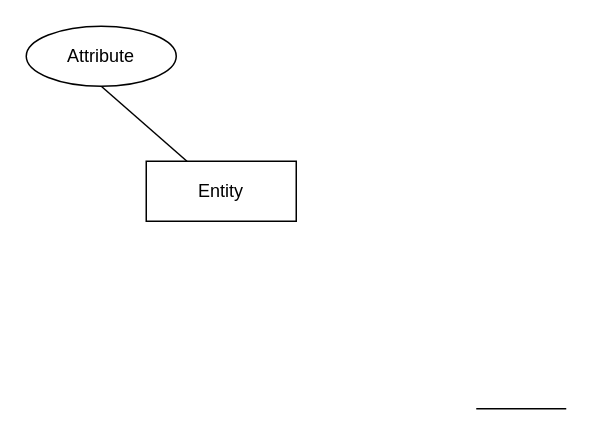
NopXx/bus_ticket keeps this draw.io diagram as Database.drawio. Above is the earlier version. Source tidied: cells renumbered, new cells numbered last; positions are measured from the earlier drawing's top-left corner, leaving out a move shared by most shapes. Both pictures are drawn from the tidied source at 150%, with x=0, y=0 at pixel (26, 26).
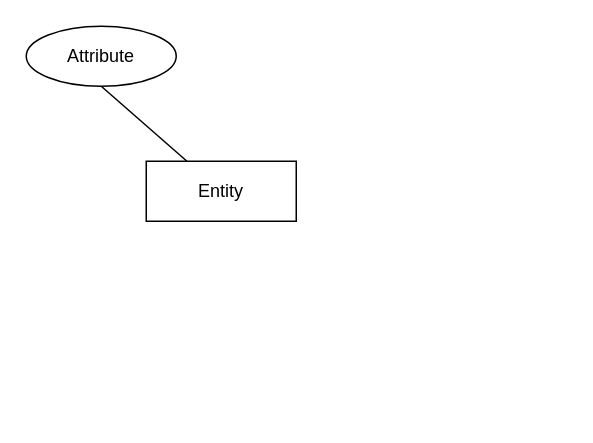
After the change.

Change to the diagram source:
```diff
@@
 <mxGraphModel>
   <root>
     <mxCell id="0" />
     <mxCell id="1" parent="0" />
     <mxCell id="2" value="Entity" style="whiteSpace=wrap;html=1;align=center;" parent="1" vertex="1">
       <mxGeometry x="80" y="90" width="100" height="40" as="geometry" />
     </mxCell>
     <mxCell id="3" style="edgeStyle=none;rounded=0;jettySize=auto;html=1;exitX=0.5;exitY=1;exitDx=0;exitDy=0;endArrow=none;endFill=0;" parent="1" edge="1" source="4" target="2">
       <mxGeometry relative="1" as="geometry" />
     </mxCell>
     <mxCell id="4" value="Attribute" style="ellipse;whiteSpace=wrap;html=1;align=center;" parent="1" vertex="1">
       <mxGeometry width="100" height="40" as="geometry" />
     </mxCell>
-    <mxCell id="5" style="line;strokeWidth=1;dashed=0;labelPosition=right;align=left;verticalAlign=middle;spacingTop=0;spacingLeft=6;" parent="1" vertex="1">
-      <mxGeometry x="300" y="250" width="60" height="10" as="geometry" />
-    </mxCell>
   </root>
 </mxGraphModel>
```
